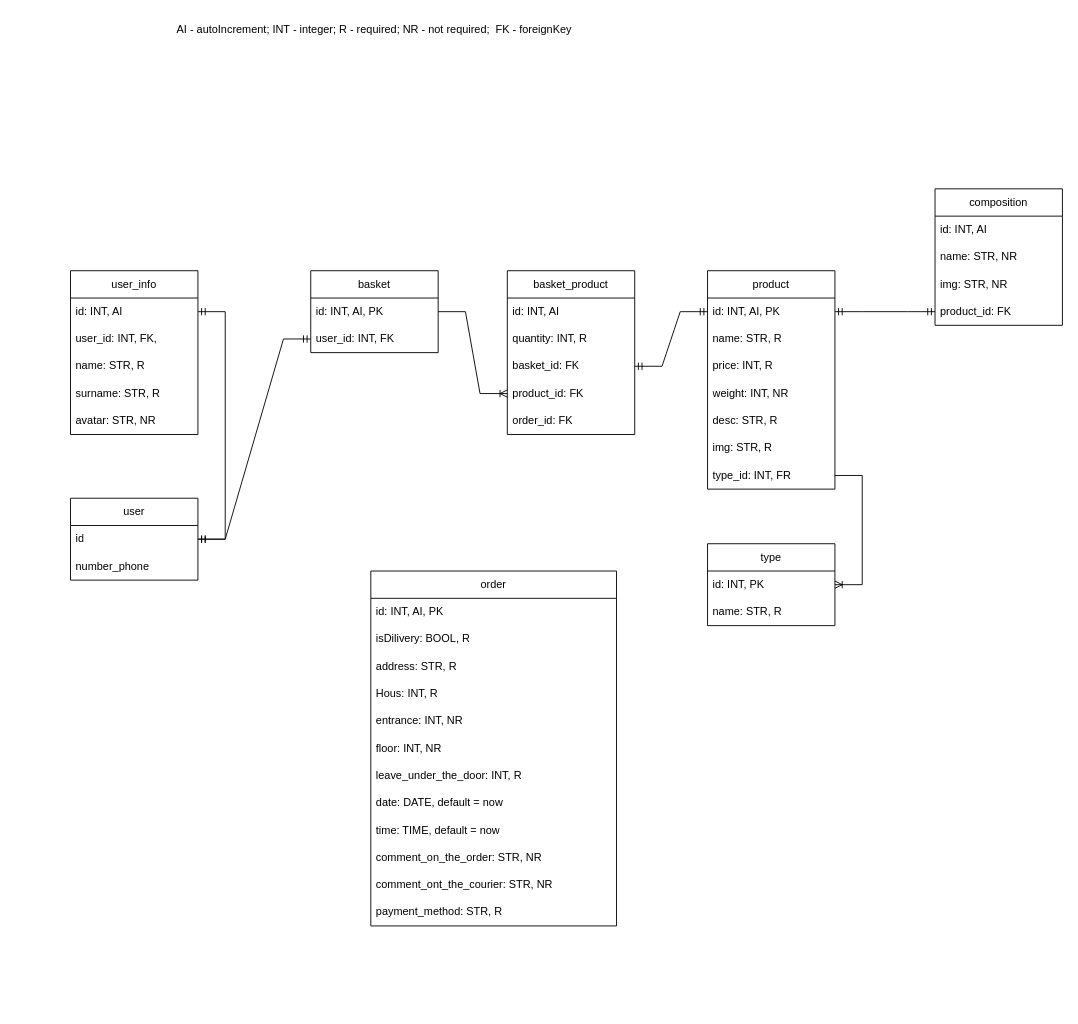
Kiper02/ninja-sushi keeps this draw.io diagram as Диаграмма без названия.drawio. Above is the earlier version. Source tidied: cells renumbered, new cells numbered last; positions are measured from the earlier drawing's top-left corner, leaving out a move shared by most shapes. Both pictures are drawn from the tidied source at 91%, with x=0, y=0 at pixel (43, 15).
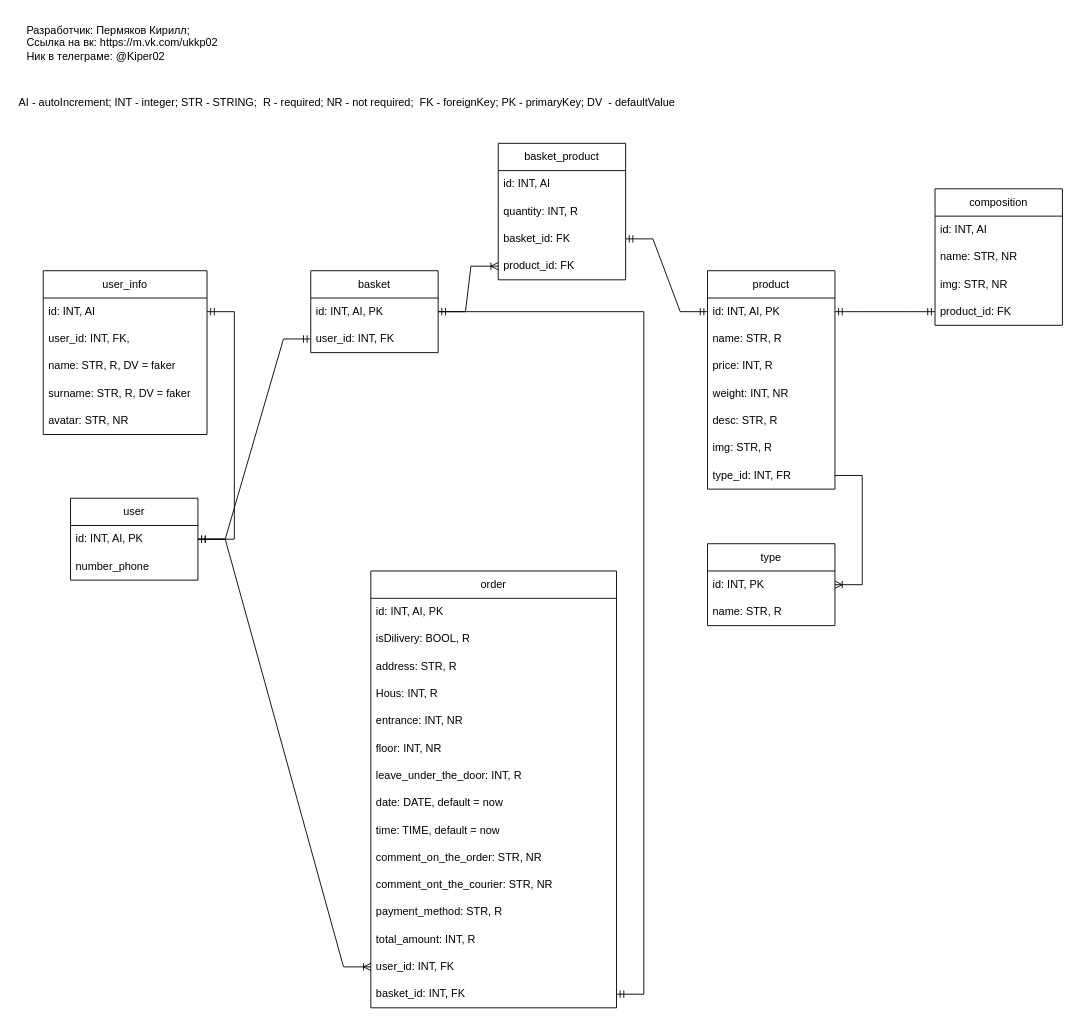
The same diagram, later.

The change refers to these unchanged cells:
```xml
<mxCell id="2" value="&lt;div&gt;user&lt;/div&gt;" style="swimlane;fontStyle=0;horizontal=1;startSize=30;whiteSpace=wrap;html=1;" parent="1" vertex="1">
  <mxGeometry x="30" y="530" width="140" height="90" as="geometry" />
</mxCell>
<mxCell id="13" value="id: INT, AI, PK" style="text;strokeColor=none;fillColor=none;align=left;verticalAlign=middle;spacingLeft=4;spacingRight=4;overflow=hidden;points=[[0,0.5],[1,0.5]];portConstraint=eastwest;whiteSpace=wrap;html=1;" parent="12" vertex="1">
  <mxGeometry y="30" width="140" height="30" as="geometry" />
</mxCell>
```

Change to the diagram source:
```diff
@@
-    <mxCell id="3" value="id" style="text;strokeColor=none;fillColor=none;align=left;verticalAlign=middle;spacingLeft=4;spacingRight=4;overflow=hidden;points=[[0,0.5],[1,0.5]];portConstraint=eastwest;whiteSpace=wrap;html=1;" parent="2" vertex="1">
+    <mxCell id="3" value="id: INT, AI, PK" style="text;strokeColor=none;fillColor=none;align=left;verticalAlign=middle;spacingLeft=4;spacingRight=4;overflow=hidden;points=[[0,0.5],[1,0.5]];portConstraint=eastwest;whiteSpace=wrap;html=1;" parent="2" vertex="1">
       <mxGeometry y="30" width="140" height="30" as="geometry" />
     </mxCell>
@@
     <mxCell id="5" value="user_info" style="swimlane;fontStyle=0;horizontal=1;startSize=30;whiteSpace=wrap;html=1;" parent="1" vertex="1">
-      <mxGeometry x="30" y="280" width="140" height="180" as="geometry" />
+      <mxGeometry y="280" width="180" height="180" as="geometry" />
     </mxCell>
     <mxCell id="6" value="id: INT, AI" style="text;strokeColor=none;fillColor=none;align=left;verticalAlign=middle;spacingLeft=4;spacingRight=4;overflow=hidden;points=[[0,0.5],[1,0.5]];portConstraint=eastwest;whiteSpace=wrap;html=1;" parent="5" vertex="1">
-      <mxGeometry y="30" width="140" height="30" as="geometry" />
+      <mxGeometry y="30" width="180" height="30" as="geometry" />
     </mxCell>
     <mxCell id="7" value="user_id: INT, FK, " style="text;strokeColor=none;fillColor=none;align=left;verticalAlign=middle;spacingLeft=4;spacingRight=4;overflow=hidden;whiteSpace=wrap;html=1;" parent="5" vertex="1">
-      <mxGeometry y="60" width="140" height="30" as="geometry" />
+      <mxGeometry y="60" width="180" height="30" as="geometry" />
     </mxCell>
-    <mxCell id="8" value="&lt;div&gt;name: STR, R&lt;br&gt;&lt;/div&gt;" style="text;strokeColor=none;fillColor=none;align=left;verticalAlign=middle;spacingLeft=4;spacingRight=4;overflow=hidden;whiteSpace=wrap;html=1;" parent="5" vertex="1">
-      <mxGeometry y="90" width="140" height="30" as="geometry" />
+    <mxCell id="8" value="&lt;div&gt;name: STR, R, DV = faker&lt;br&gt;&lt;/div&gt;" style="text;strokeColor=none;fillColor=none;align=left;verticalAlign=middle;spacingLeft=4;spacingRight=4;overflow=hidden;whiteSpace=wrap;html=1;" parent="5" vertex="1">
+      <mxGeometry y="90" width="180" height="30" as="geometry" />
     </mxCell>
-    <mxCell id="9" value="surname: STR, R" style="text;strokeColor=none;fillColor=none;align=left;verticalAlign=middle;spacingLeft=4;spacingRight=4;overflow=hidden;whiteSpace=wrap;html=1;" parent="5" vertex="1">
-      <mxGeometry y="120" width="140" height="30" as="geometry" />
+    <mxCell id="9" value="surname: STR, R, DV = faker" style="text;strokeColor=none;fillColor=none;align=left;verticalAlign=middle;spacingLeft=4;spacingRight=4;overflow=hidden;whiteSpace=wrap;html=1;" parent="5" vertex="1">
+      <mxGeometry y="120" width="180" height="30" as="geometry" />
     </mxCell>
     <mxCell id="10" value="avatar: STR, NR" style="text;strokeColor=none;fillColor=none;align=left;verticalAlign=middle;spacingLeft=4;spacingRight=4;overflow=hidden;whiteSpace=wrap;html=1;" parent="5" vertex="1">
-      <mxGeometry y="150" width="140" height="30" as="geometry" />
+      <mxGeometry y="150" width="180" height="30" as="geometry" />
     </mxCell>
-    <mxCell id="11" value="AI - autoIncrement; INT - integer; R - required; NR - not required;&amp;nbsp; FK - foreignKey" style="text;html=1;align=center;verticalAlign=middle;whiteSpace=wrap;rounded=0;" parent="1" vertex="1">
-      <mxGeometry width="728" height="30" as="geometry" />
+    <mxCell id="11" value="AI - autoIncrement; INT - integer; STR - STRING;&amp;nbsp; R - required; NR - not required;&amp;nbsp; FK - foreignKey; PK - primaryKey; DV&amp;nbsp; - defaultValue" style="text;html=1;align=center;verticalAlign=middle;whiteSpace=wrap;rounded=0;" parent="1" vertex="1">
+      <mxGeometry x="-30" y="80" width="728" height="30" as="geometry" />
     </mxCell>
@@
     <mxCell id="15" value="basket_product" style="swimlane;fontStyle=0;horizontal=1;startSize=30;whiteSpace=wrap;html=1;" parent="1" vertex="1">
-      <mxGeometry x="510" y="280" width="140" height="180" as="geometry" />
+      <mxGeometry x="500" y="140" width="140" height="150" as="geometry" />
     </mxCell>
@@
-    <mxCell id="20" value="order_id: FK" style="text;strokeColor=none;fillColor=none;align=left;verticalAlign=middle;spacingLeft=4;spacingRight=4;overflow=hidden;whiteSpace=wrap;html=1;" parent="15" vertex="1">
-      <mxGeometry y="150" width="140" height="30" as="geometry" />
-    </mxCell>
@@
     <mxCell id="37" value="order" style="swimlane;fontStyle=0;horizontal=1;startSize=30;whiteSpace=wrap;html=1;" parent="1" vertex="1">
-      <mxGeometry x="360" y="610" width="270" height="390" as="geometry" />
+      <mxGeometry x="360" y="610" width="270" height="480" as="geometry" />
     </mxCell>
@@
+    <mxCell id="56" value="total_amount: INT, R" style="text;strokeColor=none;fillColor=none;align=left;verticalAlign=middle;spacingLeft=4;spacingRight=4;overflow=hidden;whiteSpace=wrap;html=1;" parent="37" vertex="1">
+      <mxGeometry y="390" width="270" height="30" as="geometry" />
+    </mxCell>
+    <mxCell id="57" value="user_id: INT, FK" style="text;strokeColor=none;fillColor=none;align=left;verticalAlign=middle;spacingLeft=4;spacingRight=4;overflow=hidden;points=[[0,0.5],[1,0.5]];portConstraint=eastwest;whiteSpace=wrap;html=1;" parent="37" vertex="1">
+      <mxGeometry y="420" width="270" height="30" as="geometry" />
+    </mxCell>
+    <mxCell id="58" value="basket_id: INT, FK" style="text;strokeColor=none;fillColor=none;align=left;verticalAlign=middle;spacingLeft=4;spacingRight=4;overflow=hidden;points=[[0,0.5],[1,0.5]];portConstraint=eastwest;whiteSpace=wrap;html=1;" parent="37" vertex="1">
+      <mxGeometry y="450" width="270" height="30" as="geometry" />
+    </mxCell>
@@
+    <mxCell id="59" value="&lt;div align=&quot;left&quot;&gt;Разработчик: Пермяков Кирилл;&lt;/div&gt;&lt;div align=&quot;left&quot;&gt;Ссылка на вк: https://m.vk.com/ukkp02&lt;br&gt;&lt;/div&gt;&lt;div align=&quot;left&quot;&gt;Ник в телеграме: @Kiper02&lt;br&gt;&lt;/div&gt;" style="text;html=1;align=left;verticalAlign=middle;whiteSpace=wrap;rounded=0;" parent="1" vertex="1">
+      <mxGeometry x="-20" width="540" height="60" as="geometry" />
+    </mxCell>
+    <mxCell id="60" style="edgeStyle=entityRelationEdgeStyle;fontSize=12;html=1;endArrow=ERoneToMany;rounded=0;" parent="1" edge="1" source="3" target="57">
+      <mxGeometry relative="1" as="geometry" />
+    </mxCell>
+    <mxCell id="61" style="edgeStyle=entityRelationEdgeStyle;fontSize=12;html=1;endArrow=ERmandOne;startArrow=ERmandOne;rounded=0;" parent="1" edge="1" source="58" target="13">
+      <mxGeometry relative="1" as="geometry" />
+    </mxCell>
```
